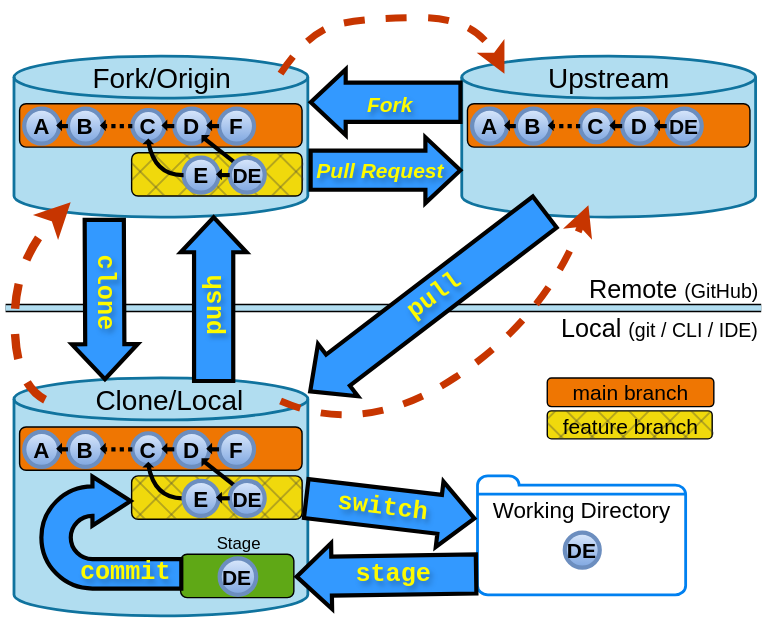
Earlier version of the draw.io export materials/BaseDiagram.svg (HFOSSedu/GitKit-Codespace). Source tidied: cells renumbered, new cells last; positions are measured from the earlier drawing's top-left corner, leaving out a move shared by most shapes.
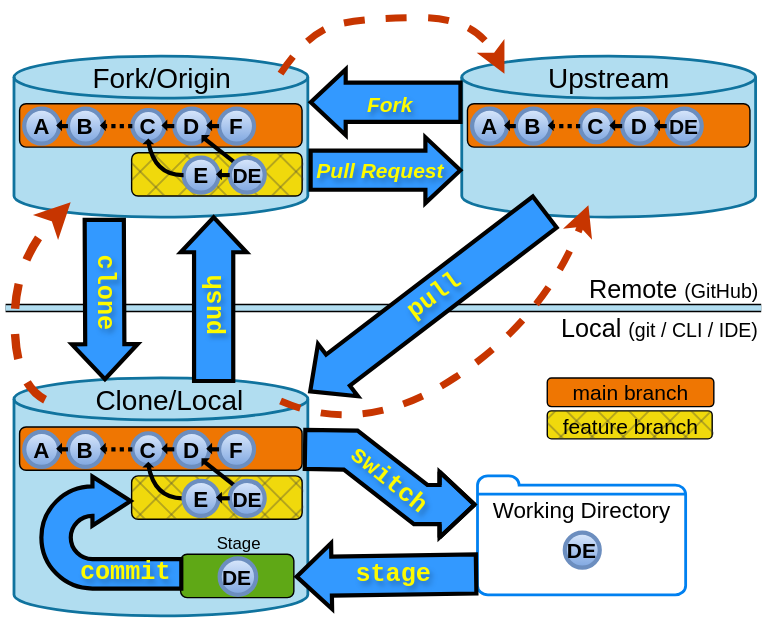
After the commit.

The edit, as a diff of the source:
```diff
@@ -24,7 +24,7 @@
       <mxGeometry y="440" width="10" height="10" as="geometry" />
     </mxCell>
     <mxCell id="8" style="group;fillColor=none;" parent="1" vertex="1">
-      <mxGeometry x="10" y="270" width="266.9" height="176" as="geometry" />
+      <mxGeometry x="10" y="270" width="327.1" height="176" as="geometry" />
     </mxCell>
     <mxCell id="9" style="shape=cylinder3;whiteSpace=wrap;html=1;boundedLbl=1;backgroundOutline=1;size=15;labelBackgroundColor=default;fillColor=#b1ddf0;strokeColor=#10739e;strokeWidth=2;" parent="8" vertex="1">
       <mxGeometry width="210" height="170" as="geometry" />
@@ -171,6 +171,23 @@
     <mxCell id="55" value="Stage" style="text;html=1;strokeColor=none;fillColor=none;align=center;verticalAlign=middle;rounded=0;fontSize=12;fontStyle=0;fontColor=light-dark(#000000, #ededed);spacing=0;rotation=0;" parent="8" vertex="1">
       <mxGeometry x="129.5" y="103" width="60" height="30" as="geometry" />
     </mxCell>
+    <mxCell id="147" style="group;" parent="8" vertex="1">
+      <mxGeometry x="206" y="41.9" width="124.1" height="61.1" as="geometry" />
+    </mxCell>
+    <mxCell id="148" style="shape=flexArrow;endArrow=classic;rounded=0;fillColor=#3399FF;width=26;endSize=7.33;endWidth=16;fontSize=21;labelBackgroundColor=none;fontColor=light-dark(#fefb00, #ededed);fontStyle=1;textDirection=ltr;strokeWidth=3;html=1;horizontal=1;spacingTop=30;exitX=1;exitY=0.5;exitDx=0;exitDy=0;" parent="147" edge="1">
+      <mxGeometry x="-0.3" y="3" relative="1" as="geometry">
+        <mxPoint y="8.6" as="sourcePoint" />
+        <mxPoint x="124.1" y="48.1" as="targetPoint" />
+        <Array as="points">
+          <mxPoint x="34.1" y="9.1" />
+          <mxPoint x="84.1" y="48.1" />
+        </Array>
+        <mxPoint x="1" as="offset" />
+      </mxGeometry>
+    </mxCell>
+    <mxCell id="146" value="switch" style="text;html=1;strokeColor=none;fillColor=none;align=center;verticalAlign=middle;rounded=0;rotation=39;fontColor=light-dark(#fefb00, #ededed);fontSize=18;fontStyle=1;spacing=0;textShadow=1;fontFamily=Courier New;" parent="147" vertex="1">
+      <mxGeometry x="30.7" y="15.5" width="60" height="30" as="geometry" />
+    </mxCell>
     <mxCell id="56" style="shape=cylinder3;whiteSpace=wrap;html=1;boundedLbl=1;backgroundOutline=1;size=15;labelBackgroundColor=default;fillColor=#b1ddf0;strokeColor=#10739e;strokeWidth=2;" parent="1" vertex="1">
       <mxGeometry x="10" y="40" width="210" height="115" as="geometry" />
     </mxCell>
@@ -487,17 +504,5 @@
     <mxCell id="143" value="&lt;font&gt;feature branch&lt;/font&gt;" style="rounded=1;whiteSpace=wrap;html=1;labelBackgroundColor=none;labelBorderColor=none;fillColor=#3C3C3C;fontColor=light-dark(#000000, #000000);strokeColor=none;fillStyle=cross-hatch;opacity=90;fontSize=15;" parent="1" vertex="1">
       <mxGeometry x="391.1" y="293.5" width="119" height="20" as="geometry" />
     </mxCell>
-    <mxCell id="144" style="group;" parent="1" vertex="1">
-      <mxGeometry x="241.4" y="343.5" width="98.6" height="37.1" as="geometry" />
-    </mxCell>
-    <mxCell id="145" style="shape=flexArrow;endArrow=classic;rounded=0;fillColor=#3399FF;width=26;endSize=7.33;endWidth=16;fontSize=21;labelBackgroundColor=none;fontColor=light-dark(#fefb00, #ededed);fontStyle=1;textDirection=ltr;strokeWidth=3;html=1;horizontal=1;spacingTop=30;exitX=1;exitY=0.5;exitDx=0;exitDy=0;" parent="144" edge="1" source="16">
-      <mxGeometry x="-0.3" y="3" relative="1" as="geometry">
-        <mxPoint x="98.6" y="26.5" as="targetPoint" />
-        <mxPoint x="1" as="offset" />
-      </mxGeometry>
-    </mxCell>
-    <mxCell id="146" value="switch" style="text;html=1;strokeColor=none;fillColor=none;align=center;verticalAlign=middle;rounded=0;rotation=7;fontColor=light-dark(#fefb00, #ededed);fontSize=18;fontStyle=1;spacing=0;textShadow=1;fontFamily=Courier New;" parent="144" vertex="1">
-      <mxGeometry x="1.6" y="3.5" width="60" height="30" as="geometry" />
-    </mxCell>
   </root>
 </mxGraphModel>
```
